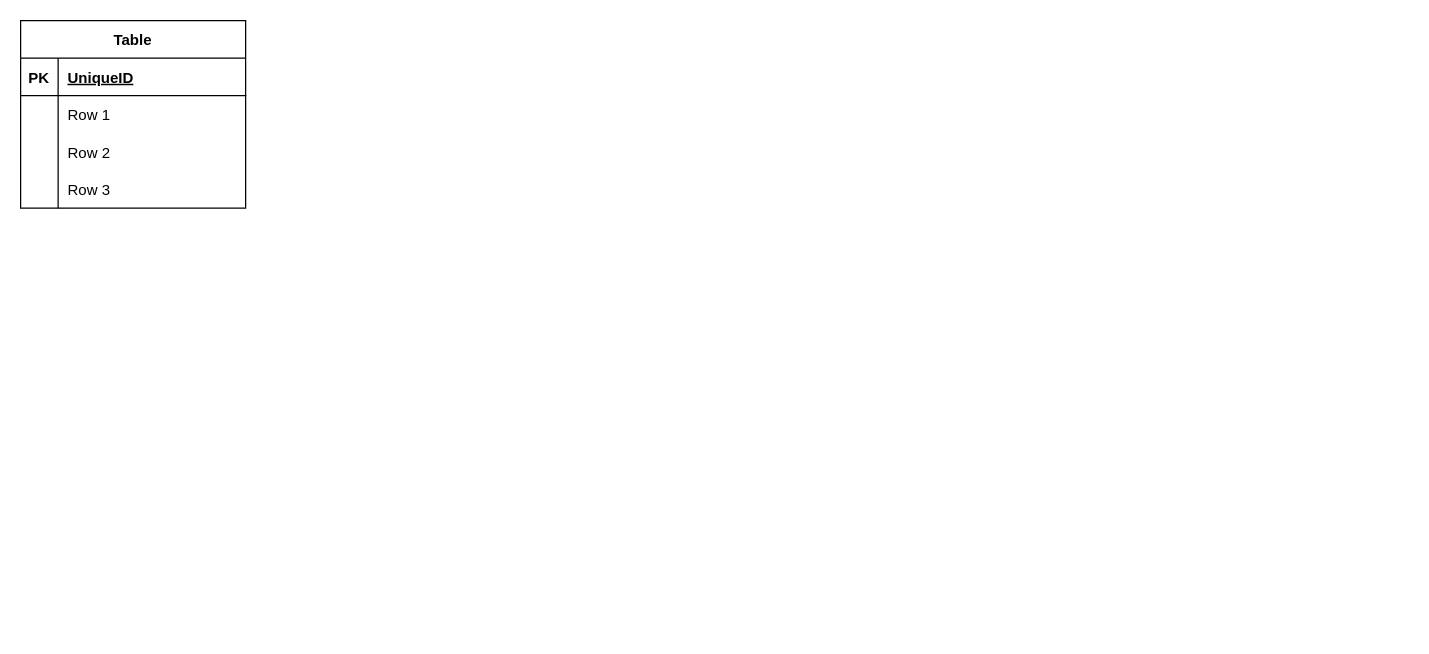
Earlier version of the draw.io diagram documentation/ERD.drawio (naufalandya/ordent-e-commerce). Source tidied: cells renumbered, new cells numbered last; positions are measured from the earlier drawing's top-left corner, leaving out a move shared by most shapes. Both pictures are drawn from the tidied source at 125%, with x=0, y=0 at pixel (20, 20).
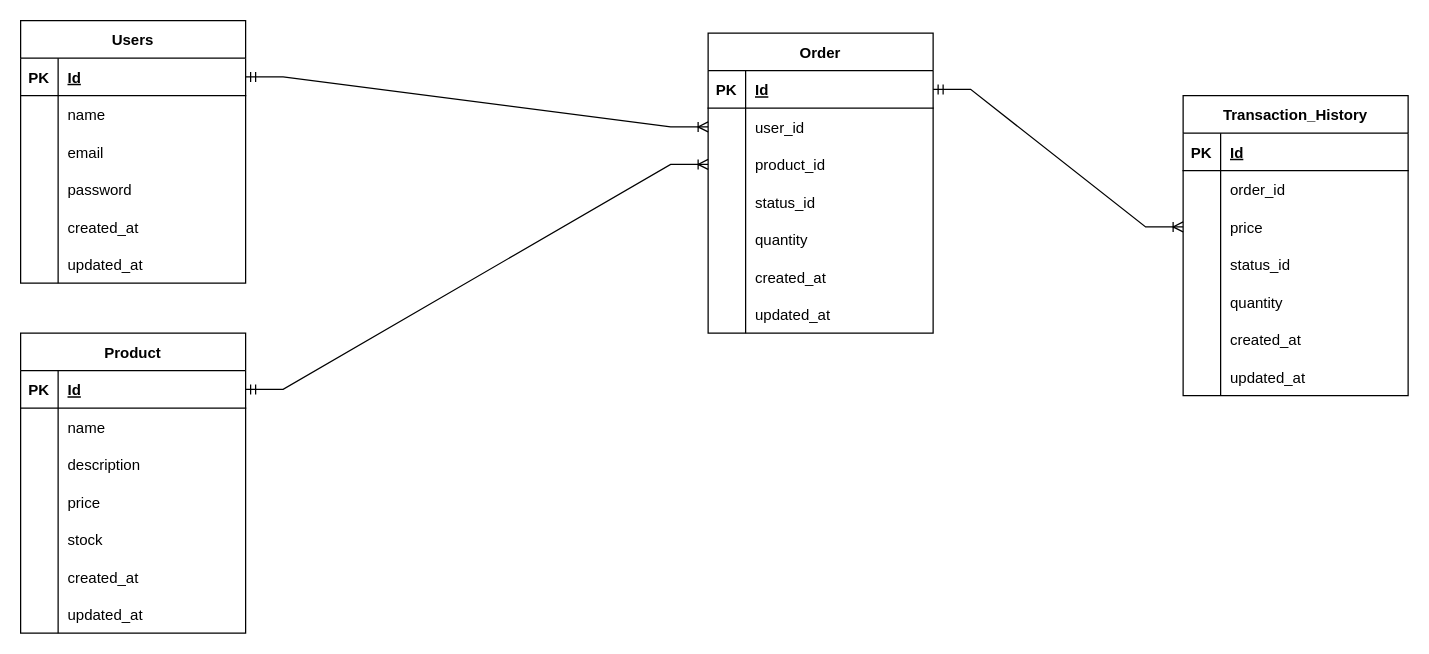
Above is the later version.

Unchanged cells that the change refers to:
```xml
<mxCell id="3" style="shape=tableRow;horizontal=0;startSize=0;swimlaneHead=0;swimlaneBody=0;fillColor=none;points=[[0,0.5],[1,0.5]];portConstraint=eastwest;top=0;left=0;right=0;bottom=1;" parent="2" vertex="1">
  <mxGeometry y="30" width="180" height="30" as="geometry" />
</mxCell>
<mxCell id="6" style="shape=tableRow;horizontal=0;startSize=0;swimlaneHead=0;swimlaneBody=0;fillColor=none;top=0;left=0;right=0;bottom=0;" parent="2" vertex="1">
  <mxGeometry y="60" width="180" height="30" as="geometry" />
</mxCell>
<mxCell id="9" style="shape=tableRow;horizontal=0;startSize=0;swimlaneHead=0;swimlaneBody=0;fillColor=none;top=0;left=0;right=0;bottom=0;" parent="2" vertex="1">
  <mxGeometry y="90" width="180" height="30" as="geometry" />
</mxCell>
<mxCell id="12" style="shape=tableRow;horizontal=0;startSize=0;swimlaneHead=0;swimlaneBody=0;fillColor=none;top=0;left=0;right=0;bottom=0;" parent="2" vertex="1">
  <mxGeometry y="120" width="180" height="30" as="geometry" />
</mxCell>
```

Change to the diagram source:
```diff
@@
-    <mxCell id="2" value="Table" style="shape=table;startSize=30;childLayout=tableLayout;rowLines=0;fontStyle=1;align=center;" parent="1" vertex="1">
-      <mxGeometry width="180" height="150" as="geometry" />
+    <mxCell id="2" value="Users" style="shape=table;startSize=30;childLayout=tableLayout;rowLines=0;fontStyle=1;align=center;" parent="1" vertex="1">
+      <mxGeometry width="180" height="210" as="geometry" />
     </mxCell>
@@
-    <mxCell id="5" value="UniqueID" style="shape=partialRectangle;fillColor=none;top=0;left=0;bottom=0;right=0;align=left;spacingLeft=6;fontStyle=5;overflow=hidden;" parent="3" vertex="1">
+    <mxCell id="5" value="Id" style="shape=partialRectangle;fillColor=none;top=0;left=0;bottom=0;right=0;align=left;spacingLeft=6;fontStyle=5;overflow=hidden;" parent="3" vertex="1">
       <mxGeometry x="30" width="150" height="30" as="geometry" />
     </mxCell>
@@
-    <mxCell id="8" value="Row 1" style="shape=partialRectangle;fillColor=none;top=0;left=0;bottom=0;right=0;align=left;spacingLeft=6;overflow=hidden;" parent="6" vertex="1">
+    <mxCell id="8" value="name" style="shape=partialRectangle;fillColor=none;top=0;left=0;bottom=0;right=0;align=left;spacingLeft=6;overflow=hidden;" parent="6" vertex="1">
       <mxGeometry x="30" width="150" height="30" as="geometry" />
     </mxCell>
@@
-    <mxCell id="11" value="Row 2" style="shape=partialRectangle;fillColor=none;top=0;left=0;bottom=0;right=0;align=left;spacingLeft=6;overflow=hidden;" parent="9" vertex="1">
+    <mxCell id="11" value="email" style="shape=partialRectangle;fillColor=none;top=0;left=0;bottom=0;right=0;align=left;spacingLeft=6;overflow=hidden;" parent="9" vertex="1">
       <mxGeometry x="30" width="150" height="30" as="geometry" />
     </mxCell>
@@
-    <mxCell id="14" value="Row 3" style="shape=partialRectangle;fillColor=none;top=0;left=0;bottom=0;right=0;align=left;spacingLeft=6;overflow=hidden;" parent="12" vertex="1">
+    <mxCell id="14" value="password" style="shape=partialRectangle;fillColor=none;top=0;left=0;bottom=0;right=0;align=left;spacingLeft=6;overflow=hidden;" parent="12" vertex="1">
       <mxGeometry x="30" width="150" height="30" as="geometry" />
     </mxCell>
+    <mxCell id="15" style="shape=tableRow;horizontal=0;startSize=0;swimlaneHead=0;swimlaneBody=0;fillColor=none;top=0;left=0;right=0;bottom=0;" parent="2" vertex="1">
+      <mxGeometry y="150" width="180" height="30" as="geometry" />
+    </mxCell>
+    <mxCell id="16" style="shape=partialRectangle;fillColor=none;top=0;left=0;bottom=0;right=0;overflow=hidden;" parent="15" vertex="1">
+      <mxGeometry width="30" height="30" as="geometry" />
+    </mxCell>
+    <mxCell id="17" value="created_at" style="shape=partialRectangle;fillColor=none;top=0;left=0;bottom=0;right=0;align=left;spacingLeft=6;overflow=hidden;" parent="15" vertex="1">
+      <mxGeometry x="30" width="150" height="30" as="geometry" />
+    </mxCell>
+    <mxCell id="18" style="shape=tableRow;horizontal=0;startSize=0;swimlaneHead=0;swimlaneBody=0;fillColor=none;top=0;left=0;right=0;bottom=0;" parent="2" vertex="1">
+      <mxGeometry y="180" width="180" height="30" as="geometry" />
+    </mxCell>
+    <mxCell id="19" style="shape=partialRectangle;fillColor=none;top=0;left=0;bottom=0;right=0;overflow=hidden;" parent="18" vertex="1">
+      <mxGeometry width="30" height="30" as="geometry" />
+    </mxCell>
+    <mxCell id="20" value="updated_at" style="shape=partialRectangle;fillColor=none;top=0;left=0;bottom=0;right=0;align=left;spacingLeft=6;overflow=hidden;" parent="18" vertex="1">
+      <mxGeometry x="30" width="150" height="30" as="geometry" />
+    </mxCell>
+    <mxCell id="21" value="Product" style="shape=table;startSize=30;childLayout=tableLayout;rowLines=0;fontStyle=1;align=center;" parent="1" vertex="1">
+      <mxGeometry y="250" width="180" height="240" as="geometry" />
+    </mxCell>
+    <mxCell id="22" style="shape=tableRow;horizontal=0;startSize=0;swimlaneHead=0;swimlaneBody=0;fillColor=none;points=[[0,0.5],[1,0.5]];portConstraint=eastwest;top=0;left=0;right=0;bottom=1;" parent="21" vertex="1">
+      <mxGeometry y="30" width="180" height="30" as="geometry" />
+    </mxCell>
+    <mxCell id="23" value="PK" style="shape=partialRectangle;fillColor=none;top=0;left=0;bottom=0;right=0;fontStyle=1;overflow=hidden;" parent="22" vertex="1">
+      <mxGeometry width="30" height="30" as="geometry" />
+    </mxCell>
+    <mxCell id="24" value="Id" style="shape=partialRectangle;fillColor=none;top=0;left=0;bottom=0;right=0;align=left;spacingLeft=6;fontStyle=5;overflow=hidden;" parent="22" vertex="1">
+      <mxGeometry x="30" width="150" height="30" as="geometry" />
+    </mxCell>
+    <mxCell id="25" style="shape=tableRow;horizontal=0;startSize=0;swimlaneHead=0;swimlaneBody=0;fillColor=none;top=0;left=0;right=0;bottom=0;" parent="21" vertex="1">
+      <mxGeometry y="60" width="180" height="30" as="geometry" />
+    </mxCell>
+    <mxCell id="26" style="shape=partialRectangle;fillColor=none;top=0;left=0;bottom=0;right=0;overflow=hidden;" parent="25" vertex="1">
+      <mxGeometry width="30" height="30" as="geometry" />
+    </mxCell>
+    <mxCell id="27" value="name" style="shape=partialRectangle;fillColor=none;top=0;left=0;bottom=0;right=0;align=left;spacingLeft=6;overflow=hidden;" parent="25" vertex="1">
+      <mxGeometry x="30" width="150" height="30" as="geometry" />
+    </mxCell>
+    <mxCell id="28" style="shape=tableRow;horizontal=0;startSize=0;swimlaneHead=0;swimlaneBody=0;fillColor=none;top=0;left=0;right=0;bottom=0;" parent="21" vertex="1">
+      <mxGeometry y="90" width="180" height="30" as="geometry" />
+    </mxCell>
+    <mxCell id="29" style="shape=partialRectangle;fillColor=none;top=0;left=0;bottom=0;right=0;overflow=hidden;" parent="28" vertex="1">
+      <mxGeometry width="30" height="30" as="geometry" />
+    </mxCell>
+    <mxCell id="30" value="description" style="shape=partialRectangle;fillColor=none;top=0;left=0;bottom=0;right=0;align=left;spacingLeft=6;overflow=hidden;" parent="28" vertex="1">
+      <mxGeometry x="30" width="150" height="30" as="geometry" />
+    </mxCell>
+    <mxCell id="31" style="shape=tableRow;horizontal=0;startSize=0;swimlaneHead=0;swimlaneBody=0;fillColor=none;top=0;left=0;right=0;bottom=0;" parent="21" vertex="1">
+      <mxGeometry y="120" width="180" height="30" as="geometry" />
+    </mxCell>
+    <mxCell id="32" style="shape=partialRectangle;fillColor=none;top=0;left=0;bottom=0;right=0;overflow=hidden;" parent="31" vertex="1">
+      <mxGeometry width="30" height="30" as="geometry" />
+    </mxCell>
+    <mxCell id="33" value="price" style="shape=partialRectangle;fillColor=none;top=0;left=0;bottom=0;right=0;align=left;spacingLeft=6;overflow=hidden;" parent="31" vertex="1">
+      <mxGeometry x="30" width="150" height="30" as="geometry" />
+    </mxCell>
+    <mxCell id="34" style="shape=tableRow;horizontal=0;startSize=0;swimlaneHead=0;swimlaneBody=0;fillColor=none;top=0;left=0;right=0;bottom=0;" parent="21" vertex="1">
+      <mxGeometry y="150" width="180" height="30" as="geometry" />
+    </mxCell>
+    <mxCell id="35" style="shape=partialRectangle;fillColor=none;top=0;left=0;bottom=0;right=0;overflow=hidden;" parent="34" vertex="1">
+      <mxGeometry width="30" height="30" as="geometry" />
+    </mxCell>
+    <mxCell id="36" value="stock" style="shape=partialRectangle;fillColor=none;top=0;left=0;bottom=0;right=0;align=left;spacingLeft=6;overflow=hidden;" parent="34" vertex="1">
+      <mxGeometry x="30" width="150" height="30" as="geometry" />
+    </mxCell>
+    <mxCell id="37" style="shape=tableRow;horizontal=0;startSize=0;swimlaneHead=0;swimlaneBody=0;fillColor=none;top=0;left=0;right=0;bottom=0;" parent="21" vertex="1">
+      <mxGeometry y="180" width="180" height="30" as="geometry" />
+    </mxCell>
+    <mxCell id="38" style="shape=partialRectangle;fillColor=none;top=0;left=0;bottom=0;right=0;overflow=hidden;" parent="37" vertex="1">
+      <mxGeometry width="30" height="30" as="geometry" />
+    </mxCell>
+    <mxCell id="39" value="created_at" style="shape=partialRectangle;fillColor=none;top=0;left=0;bottom=0;right=0;align=left;spacingLeft=6;overflow=hidden;" parent="37" vertex="1">
+      <mxGeometry x="30" width="150" height="30" as="geometry" />
+    </mxCell>
+    <mxCell id="40" style="shape=tableRow;horizontal=0;startSize=0;swimlaneHead=0;swimlaneBody=0;fillColor=none;top=0;left=0;right=0;bottom=0;" parent="21" vertex="1">
+      <mxGeometry y="210" width="180" height="30" as="geometry" />
+    </mxCell>
+    <mxCell id="41" style="shape=partialRectangle;fillColor=none;top=0;left=0;bottom=0;right=0;overflow=hidden;" parent="40" vertex="1">
+      <mxGeometry width="30" height="30" as="geometry" />
+    </mxCell>
+    <mxCell id="42" value="updated_at" style="shape=partialRectangle;fillColor=none;top=0;left=0;bottom=0;right=0;align=left;spacingLeft=6;overflow=hidden;" parent="40" vertex="1">
+      <mxGeometry x="30" width="150" height="30" as="geometry" />
+    </mxCell>
+    <mxCell id="43" value="Order" style="shape=table;startSize=30;childLayout=tableLayout;rowLines=0;fontStyle=1;align=center;" parent="1" vertex="1">
+      <mxGeometry x="550" y="10" width="180" height="240" as="geometry" />
+    </mxCell>
+    <mxCell id="44" style="shape=tableRow;horizontal=0;startSize=0;swimlaneHead=0;swimlaneBody=0;fillColor=none;points=[[0,0.5],[1,0.5]];portConstraint=eastwest;top=0;left=0;right=0;bottom=1;" parent="43" vertex="1">
+      <mxGeometry y="30" width="180" height="30" as="geometry" />
+    </mxCell>
+    <mxCell id="45" value="PK" style="shape=partialRectangle;fillColor=none;top=0;left=0;bottom=0;right=0;fontStyle=1;overflow=hidden;" parent="44" vertex="1">
+      <mxGeometry width="30" height="30" as="geometry" />
+    </mxCell>
+    <mxCell id="46" value="Id" style="shape=partialRectangle;fillColor=none;top=0;left=0;bottom=0;right=0;align=left;spacingLeft=6;fontStyle=5;overflow=hidden;" parent="44" vertex="1">
+      <mxGeometry x="30" width="150" height="30" as="geometry" />
+    </mxCell>
+    <mxCell id="47" style="shape=tableRow;horizontal=0;startSize=0;swimlaneHead=0;swimlaneBody=0;fillColor=none;points=[[0,0.5],[1,0.5]];portConstraint=eastwest;top=0;left=0;right=0;bottom=0;" parent="43" vertex="1">
+      <mxGeometry y="60" width="180" height="30" as="geometry" />
+    </mxCell>
+    <mxCell id="48" style="shape=partialRectangle;fillColor=none;top=0;left=0;bottom=0;right=0;overflow=hidden;" parent="47" vertex="1">
+      <mxGeometry width="30" height="30" as="geometry" />
+    </mxCell>
+    <mxCell id="49" value="user_id" style="shape=partialRectangle;fillColor=none;top=0;left=0;bottom=0;right=0;align=left;spacingLeft=6;overflow=hidden;" parent="47" vertex="1">
+      <mxGeometry x="30" width="150" height="30" as="geometry" />
+    </mxCell>
+    <mxCell id="50" style="shape=tableRow;horizontal=0;startSize=0;swimlaneHead=0;swimlaneBody=0;fillColor=none;points=[[0,0.5],[1,0.5]];portConstraint=eastwest;top=0;left=0;right=0;bottom=0;" parent="43" vertex="1">
+      <mxGeometry y="90" width="180" height="30" as="geometry" />
+    </mxCell>
+    <mxCell id="51" style="shape=partialRectangle;fillColor=none;top=0;left=0;bottom=0;right=0;overflow=hidden;" parent="50" vertex="1">
+      <mxGeometry width="30" height="30" as="geometry" />
+    </mxCell>
+    <mxCell id="52" value="product_id" style="shape=partialRectangle;fillColor=none;top=0;left=0;bottom=0;right=0;align=left;spacingLeft=6;overflow=hidden;" parent="50" vertex="1">
+      <mxGeometry x="30" width="150" height="30" as="geometry" />
+    </mxCell>
+    <mxCell id="53" style="shape=tableRow;horizontal=0;startSize=0;swimlaneHead=0;swimlaneBody=0;fillColor=none;top=0;left=0;right=0;bottom=0;" parent="43" vertex="1">
+      <mxGeometry y="120" width="180" height="30" as="geometry" />
+    </mxCell>
+    <mxCell id="54" style="shape=partialRectangle;fillColor=none;top=0;left=0;bottom=0;right=0;overflow=hidden;" parent="53" vertex="1">
+      <mxGeometry width="30" height="30" as="geometry" />
+    </mxCell>
+    <mxCell id="55" value="status_id" style="shape=partialRectangle;fillColor=none;top=0;left=0;bottom=0;right=0;align=left;spacingLeft=6;overflow=hidden;" parent="53" vertex="1">
+      <mxGeometry x="30" width="150" height="30" as="geometry" />
+    </mxCell>
+    <mxCell id="56" style="shape=tableRow;horizontal=0;startSize=0;swimlaneHead=0;swimlaneBody=0;fillColor=none;top=0;left=0;right=0;bottom=0;" parent="43" vertex="1">
+      <mxGeometry y="150" width="180" height="30" as="geometry" />
+    </mxCell>
+    <mxCell id="57" style="shape=partialRectangle;fillColor=none;top=0;left=0;bottom=0;right=0;overflow=hidden;" parent="56" vertex="1">
+      <mxGeometry width="30" height="30" as="geometry" />
+    </mxCell>
+    <mxCell id="58" value="quantity" style="shape=partialRectangle;fillColor=none;top=0;left=0;bottom=0;right=0;align=left;spacingLeft=6;overflow=hidden;" parent="56" vertex="1">
+      <mxGeometry x="30" width="150" height="30" as="geometry" />
+    </mxCell>
+    <mxCell id="59" style="shape=tableRow;horizontal=0;startSize=0;swimlaneHead=0;swimlaneBody=0;fillColor=none;top=0;left=0;right=0;bottom=0;" parent="43" vertex="1">
+      <mxGeometry y="180" width="180" height="30" as="geometry" />
+    </mxCell>
+    <mxCell id="60" style="shape=partialRectangle;fillColor=none;top=0;left=0;bottom=0;right=0;overflow=hidden;" parent="59" vertex="1">
+      <mxGeometry width="30" height="30" as="geometry" />
+    </mxCell>
+    <mxCell id="61" value="created_at" style="shape=partialRectangle;fillColor=none;top=0;left=0;bottom=0;right=0;align=left;spacingLeft=6;overflow=hidden;" parent="59" vertex="1">
+      <mxGeometry x="30" width="150" height="30" as="geometry" />
+    </mxCell>
+    <mxCell id="62" style="shape=tableRow;horizontal=0;startSize=0;swimlaneHead=0;swimlaneBody=0;fillColor=none;top=0;left=0;right=0;bottom=0;" parent="43" vertex="1">
+      <mxGeometry y="210" width="180" height="30" as="geometry" />
+    </mxCell>
+    <mxCell id="63" style="shape=partialRectangle;fillColor=none;top=0;left=0;bottom=0;right=0;overflow=hidden;" parent="62" vertex="1">
+      <mxGeometry width="30" height="30" as="geometry" />
+    </mxCell>
+    <mxCell id="64" value="updated_at" style="shape=partialRectangle;fillColor=none;top=0;left=0;bottom=0;right=0;align=left;spacingLeft=6;overflow=hidden;" parent="62" vertex="1">
+      <mxGeometry x="30" width="150" height="30" as="geometry" />
+    </mxCell>
+    <mxCell id="65" style="edgeStyle=entityRelationEdgeStyle;fontSize=12;html=1;endArrow=ERoneToMany;startArrow=ERmandOne;rounded=0;exitX=1;exitY=0.5;exitDx=0;exitDy=0;entryX=0;entryY=0.5;entryDx=0;entryDy=0;" parent="1" edge="1" source="3" target="47">
+      <mxGeometry relative="1" as="geometry" />
+    </mxCell>
+    <mxCell id="66" style="edgeStyle=entityRelationEdgeStyle;fontSize=12;html=1;endArrow=ERoneToMany;startArrow=ERmandOne;rounded=0;exitX=1;exitY=0.5;exitDx=0;exitDy=0;entryX=0;entryY=0.5;entryDx=0;entryDy=0;" parent="1" edge="1" source="22" target="50">
+      <mxGeometry relative="1" as="geometry" />
+    </mxCell>
+    <mxCell id="67" value="Transaction_History" style="shape=table;startSize=30;childLayout=tableLayout;rowLines=0;fontStyle=1;align=center;" parent="1" vertex="1">
+      <mxGeometry x="930" y="60" width="180" height="240" as="geometry" />
+    </mxCell>
+    <mxCell id="68" style="shape=tableRow;horizontal=0;startSize=0;swimlaneHead=0;swimlaneBody=0;fillColor=none;top=0;left=0;right=0;bottom=1;" parent="67" vertex="1">
+      <mxGeometry y="30" width="180" height="30" as="geometry" />
+    </mxCell>
+    <mxCell id="69" value="PK" style="shape=partialRectangle;fillColor=none;top=0;left=0;bottom=0;right=0;fontStyle=1;overflow=hidden;" parent="68" vertex="1">
+      <mxGeometry width="30" height="30" as="geometry" />
+    </mxCell>
+    <mxCell id="70" value="Id" style="shape=partialRectangle;fillColor=none;top=0;left=0;bottom=0;right=0;align=left;spacingLeft=6;fontStyle=5;overflow=hidden;" parent="68" vertex="1">
+      <mxGeometry x="30" width="150" height="30" as="geometry" />
+    </mxCell>
+    <mxCell id="71" style="shape=tableRow;horizontal=0;startSize=0;swimlaneHead=0;swimlaneBody=0;fillColor=none;top=0;left=0;right=0;bottom=0;" parent="67" vertex="1">
+      <mxGeometry y="60" width="180" height="30" as="geometry" />
+    </mxCell>
+    <mxCell id="72" style="shape=partialRectangle;fillColor=none;top=0;left=0;bottom=0;right=0;overflow=hidden;" parent="71" vertex="1">
+      <mxGeometry width="30" height="30" as="geometry" />
+    </mxCell>
+    <mxCell id="73" value="order_id" style="shape=partialRectangle;fillColor=none;top=0;left=0;bottom=0;right=0;align=left;spacingLeft=6;overflow=hidden;" parent="71" vertex="1">
+      <mxGeometry x="30" width="150" height="30" as="geometry" />
+    </mxCell>
+    <mxCell id="74" style="shape=tableRow;horizontal=0;startSize=0;swimlaneHead=0;swimlaneBody=0;fillColor=none;points=[[0,0.5],[1,0.5]];portConstraint=eastwest;top=0;left=0;right=0;bottom=0;" parent="67" vertex="1">
+      <mxGeometry y="90" width="180" height="30" as="geometry" />
+    </mxCell>
+    <mxCell id="75" style="shape=partialRectangle;fillColor=none;top=0;left=0;bottom=0;right=0;overflow=hidden;" parent="74" vertex="1">
+      <mxGeometry width="30" height="30" as="geometry" />
+    </mxCell>
+    <mxCell id="76" value="price" style="shape=partialRectangle;fillColor=none;top=0;left=0;bottom=0;right=0;align=left;spacingLeft=6;overflow=hidden;" parent="74" vertex="1">
+      <mxGeometry x="30" width="150" height="30" as="geometry" />
+    </mxCell>
+    <mxCell id="77" style="shape=tableRow;horizontal=0;startSize=0;swimlaneHead=0;swimlaneBody=0;fillColor=none;top=0;left=0;right=0;bottom=0;" parent="67" vertex="1">
+      <mxGeometry y="120" width="180" height="30" as="geometry" />
+    </mxCell>
+    <mxCell id="78" style="shape=partialRectangle;fillColor=none;top=0;left=0;bottom=0;right=0;overflow=hidden;" parent="77" vertex="1">
+      <mxGeometry width="30" height="30" as="geometry" />
+    </mxCell>
+    <mxCell id="79" value="status_id" style="shape=partialRectangle;fillColor=none;top=0;left=0;bottom=0;right=0;align=left;spacingLeft=6;overflow=hidden;" parent="77" vertex="1">
+      <mxGeometry x="30" width="150" height="30" as="geometry" />
+    </mxCell>
+    <mxCell id="80" style="shape=tableRow;horizontal=0;startSize=0;swimlaneHead=0;swimlaneBody=0;fillColor=none;top=0;left=0;right=0;bottom=0;" parent="67" vertex="1">
+      <mxGeometry y="150" width="180" height="30" as="geometry" />
+    </mxCell>
+    <mxCell id="81" style="shape=partialRectangle;fillColor=none;top=0;left=0;bottom=0;right=0;overflow=hidden;" parent="80" vertex="1">
+      <mxGeometry width="30" height="30" as="geometry" />
+    </mxCell>
+    <mxCell id="82" value="quantity" style="shape=partialRectangle;fillColor=none;top=0;left=0;bottom=0;right=0;align=left;spacingLeft=6;overflow=hidden;" parent="80" vertex="1">
+      <mxGeometry x="30" width="150" height="30" as="geometry" />
+    </mxCell>
+    <mxCell id="83" style="shape=tableRow;horizontal=0;startSize=0;swimlaneHead=0;swimlaneBody=0;fillColor=none;top=0;left=0;right=0;bottom=0;" parent="67" vertex="1">
+      <mxGeometry y="180" width="180" height="30" as="geometry" />
+    </mxCell>
+    <mxCell id="84" style="shape=partialRectangle;fillColor=none;top=0;left=0;bottom=0;right=0;overflow=hidden;" parent="83" vertex="1">
+      <mxGeometry width="30" height="30" as="geometry" />
+    </mxCell>
+    <mxCell id="85" value="created_at" style="shape=partialRectangle;fillColor=none;top=0;left=0;bottom=0;right=0;align=left;spacingLeft=6;overflow=hidden;" parent="83" vertex="1">
+      <mxGeometry x="30" width="150" height="30" as="geometry" />
+    </mxCell>
+    <mxCell id="86" style="shape=tableRow;horizontal=0;startSize=0;swimlaneHead=0;swimlaneBody=0;fillColor=none;top=0;left=0;right=0;bottom=0;" parent="67" vertex="1">
+      <mxGeometry y="210" width="180" height="30" as="geometry" />
+    </mxCell>
+    <mxCell id="87" style="shape=partialRectangle;fillColor=none;top=0;left=0;bottom=0;right=0;overflow=hidden;" parent="86" vertex="1">
+      <mxGeometry width="30" height="30" as="geometry" />
+    </mxCell>
+    <mxCell id="88" value="updated_at" style="shape=partialRectangle;fillColor=none;top=0;left=0;bottom=0;right=0;align=left;spacingLeft=6;overflow=hidden;" parent="86" vertex="1">
+      <mxGeometry x="30" width="150" height="30" as="geometry" />
+    </mxCell>
+    <mxCell id="89" style="edgeStyle=entityRelationEdgeStyle;fontSize=12;html=1;endArrow=ERoneToMany;startArrow=ERmandOne;rounded=0;exitX=1;exitY=0.5;exitDx=0;exitDy=0;entryX=0;entryY=0.5;entryDx=0;entryDy=0;" parent="1" edge="1" source="44" target="74">
+      <mxGeometry relative="1" as="geometry" />
+    </mxCell>
```
